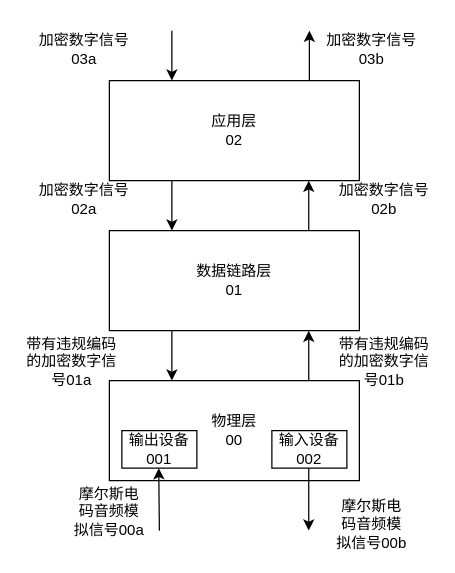
Above: Untitled Diagram.drawio in catchFishCat/Morse-code-patent (draw.io), before the change. Source tidied: cells renumbered, new cells numbered last; positions are measured from the earlier drawing's top-left corner, leaving out a move shared by most shapes. Both pictures are drawn from the tidied source at 125%, with x=0, y=0 at pixel (21, 30).
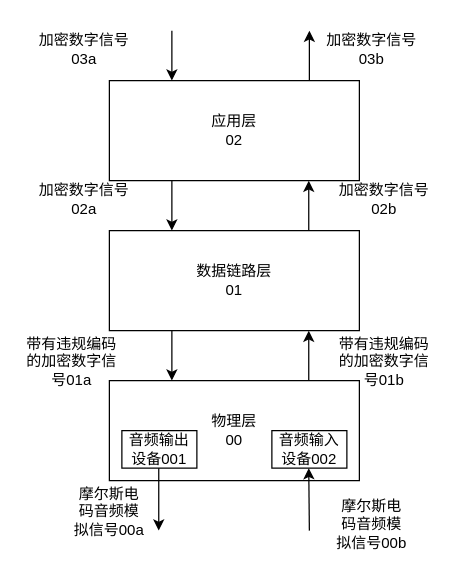
Above is the later version.

What changed in the source:
```diff
@@
-    <mxCell id="3" value="输入设备002" style="rounded=0;whiteSpace=wrap;html=1;" parent="1" vertex="1">
+    <mxCell id="3" value="音频输入设备002" style="rounded=0;whiteSpace=wrap;html=1;" parent="1" vertex="1">
       <mxGeometry x="200" y="320" width="60" height="30" as="geometry" />
     </mxCell>
-    <mxCell id="4" value="输出设备001" style="rounded=0;whiteSpace=wrap;html=1;" parent="1" vertex="1">
+    <mxCell id="4" value="音频输出设备001" style="rounded=0;whiteSpace=wrap;html=1;" parent="1" vertex="1">
       <mxGeometry x="80" y="320" width="60" height="30" as="geometry" />
     </mxCell>
@@
     <mxCell id="13" style="endArrow=classic;html=1;rounded=0;" parent="1" edge="1">
       <mxGeometry relative="1" as="geometry">
-        <mxPoint x="110" y="400" as="sourcePoint" />
-        <mxPoint x="109.5" y="350" as="targetPoint" />
+        <mxPoint x="230" y="400" as="sourcePoint" />
+        <mxPoint x="229.5" y="350" as="targetPoint" />
       </mxGeometry>
     </mxCell>
     <mxCell id="14" style="endArrow=classic;html=1;rounded=0;exitX=0.25;exitY=1;exitDx=0;exitDy=0;" parent="1" edge="1">
       <mxGeometry relative="1" as="geometry">
-        <mxPoint x="229.5" y="350" as="sourcePoint" />
-        <mxPoint x="229.5" y="400" as="targetPoint" />
+        <mxPoint x="109.5" y="350" as="sourcePoint" />
+        <mxPoint x="109.5" y="400" as="targetPoint" />
       </mxGeometry>
     </mxCell>
```
